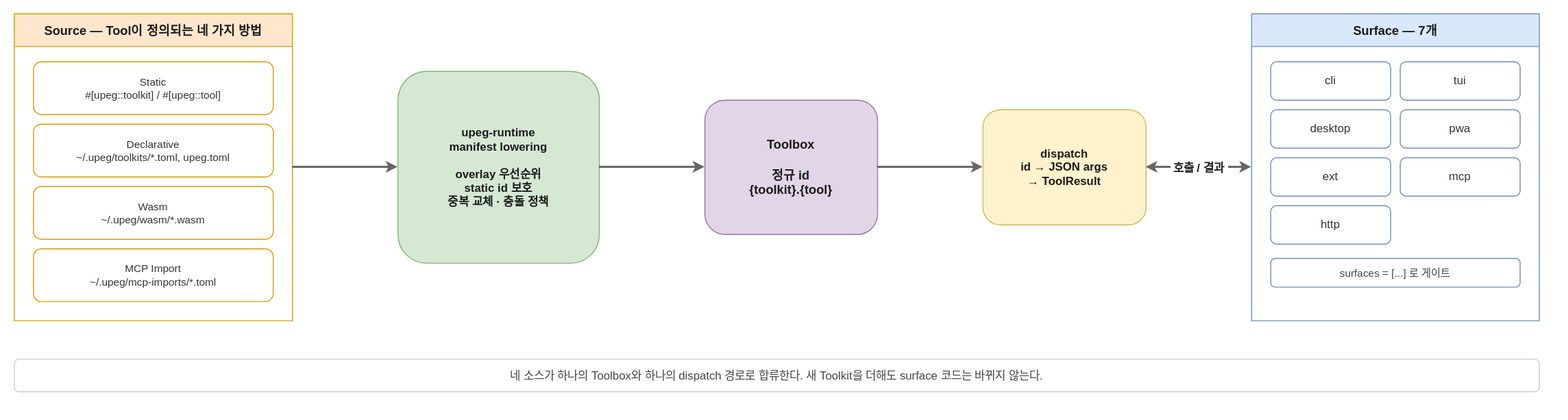
The draw.io diagram docs/diagrams/tool-sources.drawio.svg in 5pecia1/UPeg, before a commit. Source tidied: cells renumbered, new cells last; positions are measured from the earlier drawing's top-left corner, leaving out a move shared by most shapes.
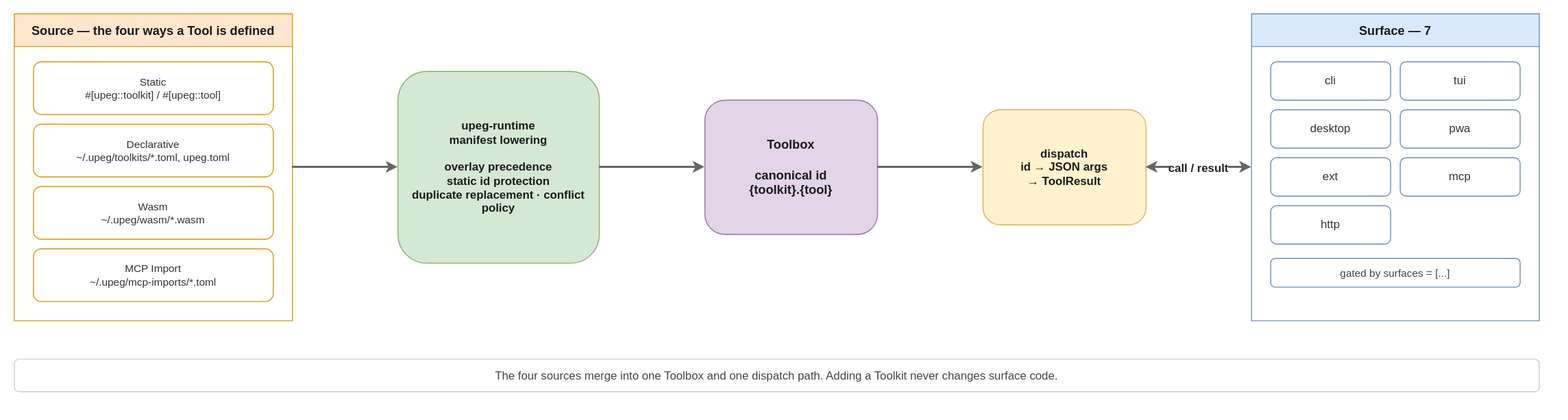
Above is the later version.

What changed in the source:
```diff
@@ -2,7 +2,7 @@
   <root>
     <mxCell id="0" />
     <mxCell id="1" parent="0" />
-    <mxCell id="2" value="Source — Tool이 정의되는 네 가지 방법" style="swimlane;html=0;startSize=34;fillColor=#ffe6cc;strokeColor=#d79b00;fontColor=#1a1a1a;fontStyle=1;fontSize=13;" parent="1" vertex="1">
+    <mxCell id="2" value="Source — the four ways a Tool is defined" style="swimlane;html=0;startSize=34;fillColor=#ffe6cc;strokeColor=#d79b00;fontColor=#1a1a1a;fontStyle=1;fontSize=13;" parent="1" vertex="1">
       <mxGeometry width="290" height="320" as="geometry" />
     </mxCell>
     <mxCell id="3" value="Static&#10;#[upeg::toolkit] / #[upeg::tool]" style="rounded=1;whiteSpace=wrap;html=0;fillColor=#ffffff;strokeColor=#d79b00;fontColor=#333333;fontSize=11;" parent="2" vertex="1">
@@ -17,16 +17,16 @@
     <mxCell id="6" value="MCP Import&#10;~/.upeg/mcp-imports/*.toml" style="rounded=1;whiteSpace=wrap;html=0;fillColor=#ffffff;strokeColor=#d79b00;fontColor=#333333;fontSize=11;" parent="2" vertex="1">
       <mxGeometry x="20" y="245" width="250" height="55" as="geometry" />
     </mxCell>
-    <mxCell id="7" value="upeg-runtime&#10;manifest lowering&#10;&#10;overlay 우선순위&#10;static id 보호&#10;중복 교체 · 충돌 정책" style="rounded=1;whiteSpace=wrap;html=0;fillColor=#d5e8d4;strokeColor=#82b366;fontColor=#1a1a1a;fontSize=12;fontStyle=1;verticalAlign=middle;" parent="1" vertex="1">
+    <mxCell id="7" value="upeg-runtime&#10;manifest lowering&#10;&#10;overlay precedence&#10;static id protection&#10;duplicate replacement · conflict policy" style="rounded=1;whiteSpace=wrap;html=0;fillColor=#d5e8d4;strokeColor=#82b366;fontColor=#1a1a1a;fontSize=12;fontStyle=1;verticalAlign=middle;" parent="1" vertex="1">
       <mxGeometry x="400" y="60" width="210" height="200" as="geometry" />
     </mxCell>
-    <mxCell id="8" value="Toolbox&#10;&#10;정규 id&#10;{toolkit}.{tool}" style="rounded=1;whiteSpace=wrap;html=0;fillColor=#e1d5e7;strokeColor=#9673a6;fontColor=#1a1a1a;fontSize=13;fontStyle=1;" parent="1" vertex="1">
+    <mxCell id="8" value="Toolbox&#10;&#10;canonical id&#10;{toolkit}.{tool}" style="rounded=1;whiteSpace=wrap;html=0;fillColor=#e1d5e7;strokeColor=#9673a6;fontColor=#1a1a1a;fontSize=13;fontStyle=1;" parent="1" vertex="1">
       <mxGeometry x="720" y="90" width="180" height="140" as="geometry" />
     </mxCell>
     <mxCell id="9" value="dispatch&#10;id → JSON args&#10;→ ToolResult" style="rounded=1;whiteSpace=wrap;html=0;fillColor=#fff2cc;strokeColor=#d6b656;fontColor=#1a1a1a;fontSize=12;fontStyle=1;" parent="1" vertex="1">
       <mxGeometry x="1010" y="100" width="170" height="120" as="geometry" />
     </mxCell>
-    <mxCell id="10" value="Surface — 7개" style="swimlane;html=0;startSize=34;fillColor=#dae8fc;strokeColor=#6c8ebf;fontColor=#1a1a1a;fontStyle=1;fontSize=13;" parent="1" vertex="1">
+    <mxCell id="10" value="Surface — 7" style="swimlane;html=0;startSize=34;fillColor=#dae8fc;strokeColor=#6c8ebf;fontColor=#1a1a1a;fontStyle=1;fontSize=13;" parent="1" vertex="1">
       <mxGeometry x="1290" width="300" height="320" as="geometry" />
     </mxCell>
     <mxCell id="11" value="cli" style="rounded=1;whiteSpace=wrap;html=0;fillColor=#ffffff;strokeColor=#6c8ebf;fontColor=#333333;fontSize=12;" parent="10" vertex="1">
@@ -50,7 +50,7 @@
     <mxCell id="17" value="http" style="rounded=1;whiteSpace=wrap;html=0;fillColor=#ffffff;strokeColor=#6c8ebf;fontColor=#333333;fontSize=12;" parent="10" vertex="1">
       <mxGeometry x="20" y="200" width="125" height="40" as="geometry" />
     </mxCell>
-    <mxCell id="18" value="surfaces = [...] 로 게이트" style="text;html=0;align=center;verticalAlign=middle;fillColor=#ffffff;strokeColor=#6c8ebf;rounded=1;fontColor=#444444;fontSize=11;" parent="10" vertex="1">
+    <mxCell id="18" value="gated by surfaces = [...]" style="text;html=0;align=center;verticalAlign=middle;fillColor=#ffffff;strokeColor=#6c8ebf;rounded=1;fontColor=#444444;fontSize=11;" parent="10" vertex="1">
       <mxGeometry x="20" y="255" width="260" height="30" as="geometry" />
     </mxCell>
     <mxCell id="19" style="edgeStyle=orthogonalEdgeStyle;rounded=1;jettySize=auto;html=0;strokeColor=#666666;strokeWidth=2;exitX=1;exitY=0.5;exitDx=0;exitDy=0;entryX=0;entryY=0.5;entryDx=0;entryDy=0;" parent="1" edge="1" source="2" target="7">
@@ -62,10 +62,10 @@
     <mxCell id="21" style="edgeStyle=orthogonalEdgeStyle;rounded=1;jettySize=auto;html=0;strokeColor=#666666;strokeWidth=2;exitX=1;exitY=0.5;exitDx=0;exitDy=0;entryX=0;entryY=0.5;entryDx=0;entryDy=0;" parent="1" edge="1" source="8" target="9">
       <mxGeometry relative="1" as="geometry" />
     </mxCell>
-    <mxCell id="22" value="호출 / 결과" style="edgeStyle=orthogonalEdgeStyle;rounded=1;jettySize=auto;html=0;strokeColor=#666666;strokeWidth=2;fontColor=#222222;fontSize=12;fontStyle=1;labelBackgroundColor=#ffffff;exitX=1;exitY=0.5;exitDx=0;exitDy=0;entryX=0;entryY=0.5;entryDx=0;entryDy=0;startArrow=classic;startFill=1;" parent="1" edge="1" source="9" target="10">
+    <mxCell id="22" value="call / result" style="edgeStyle=orthogonalEdgeStyle;rounded=1;jettySize=auto;html=0;strokeColor=#666666;strokeWidth=2;fontColor=#222222;fontSize=12;fontStyle=1;labelBackgroundColor=#ffffff;exitX=1;exitY=0.5;exitDx=0;exitDy=0;entryX=0;entryY=0.5;entryDx=0;entryDy=0;startArrow=classic;startFill=1;" parent="1" edge="1" source="9" target="10">
       <mxGeometry relative="1" as="geometry" />
     </mxCell>
-    <mxCell id="23" value="네 소스가 하나의 Toolbox와 하나의 dispatch 경로로 합류한다. 새 Toolkit을 더해도 surface 코드는 바뀌지 않는다." style="text;html=0;align=center;verticalAlign=middle;fillColor=#ffffff;strokeColor=#cccccc;rounded=1;fontColor=#444444;fontSize=12;" parent="1" vertex="1">
+    <mxCell id="23" value="The four sources merge into one Toolbox and one dispatch path. Adding a Toolkit never changes surface code." style="text;html=0;align=center;verticalAlign=middle;fillColor=#ffffff;strokeColor=#cccccc;rounded=1;fontColor=#444444;fontSize=12;" parent="1" vertex="1">
       <mxGeometry y="360" width="1590" height="34" as="geometry" />
     </mxCell>
   </root>
```
